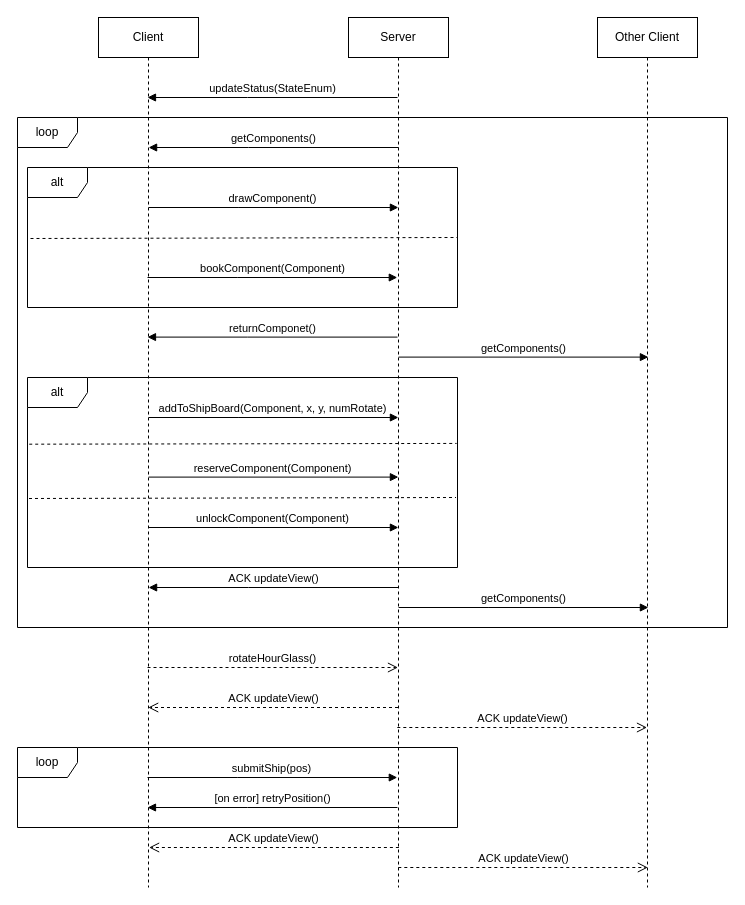
This is page "BuildingShip" (2 of 4) of docs/connection_protocol.drawio from Lollo03c/GalaxyTruckerJava, a draw.io file, before an edit. Source tidied: cells renumbered, new cells numbered last; positions are measured from the earlier drawing's top-left corner, leaving out a move shared by most shapes. Both pictures are drawn from the tidied source at 100%, with x=0, y=0 at pixel (17, 17).
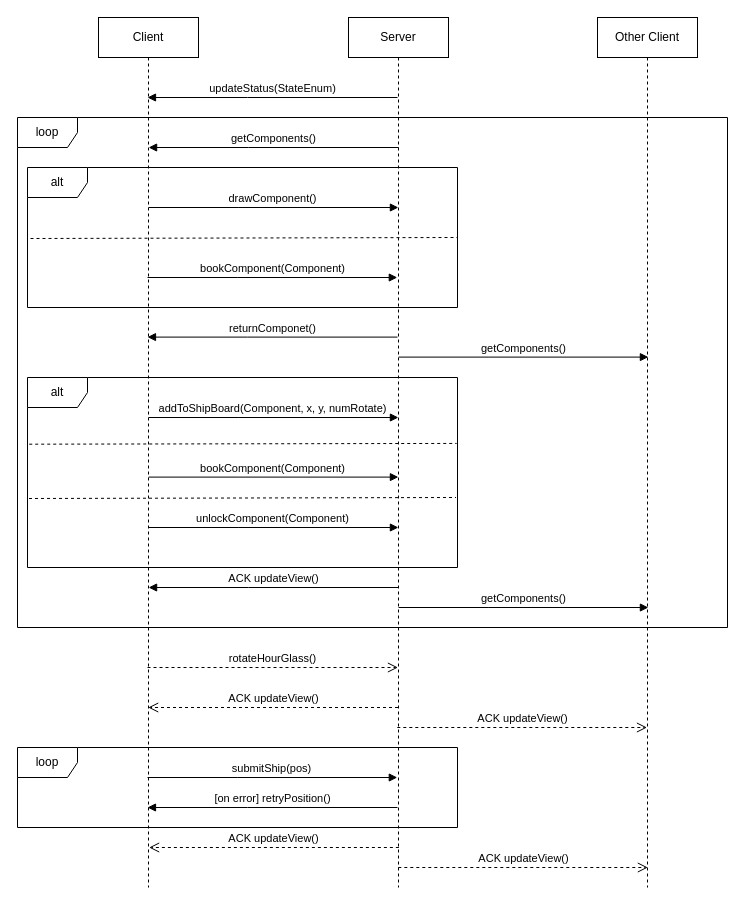
The same diagram, later.

The edit, as a diff of the source:
```diff
@@
-    <mxCell id="10" value="reserveComponent(Component)" style="html=1;verticalAlign=bottom;endArrow=block;edgeStyle=elbowEdgeStyle;elbow=horizontal;curved=0;rounded=0;" parent="1" edge="1">
+    <mxCell id="10" value="bookComponent(Component)" style="html=1;verticalAlign=bottom;endArrow=block;edgeStyle=elbowEdgeStyle;elbow=horizontal;curved=0;rounded=0;" parent="1" edge="1">
       <mxGeometry x="-0.01" relative="1" as="geometry">
         <mxPoint x="131.1" y="459.6" as="sourcePoint" />
         <mxPoint x="380.9" y="459.6" as="targetPoint" />
         <Array as="points">
           <mxPoint x="221.4" y="459.6" />
         </Array>
       </mxGeometry>
     </mxCell>
```
